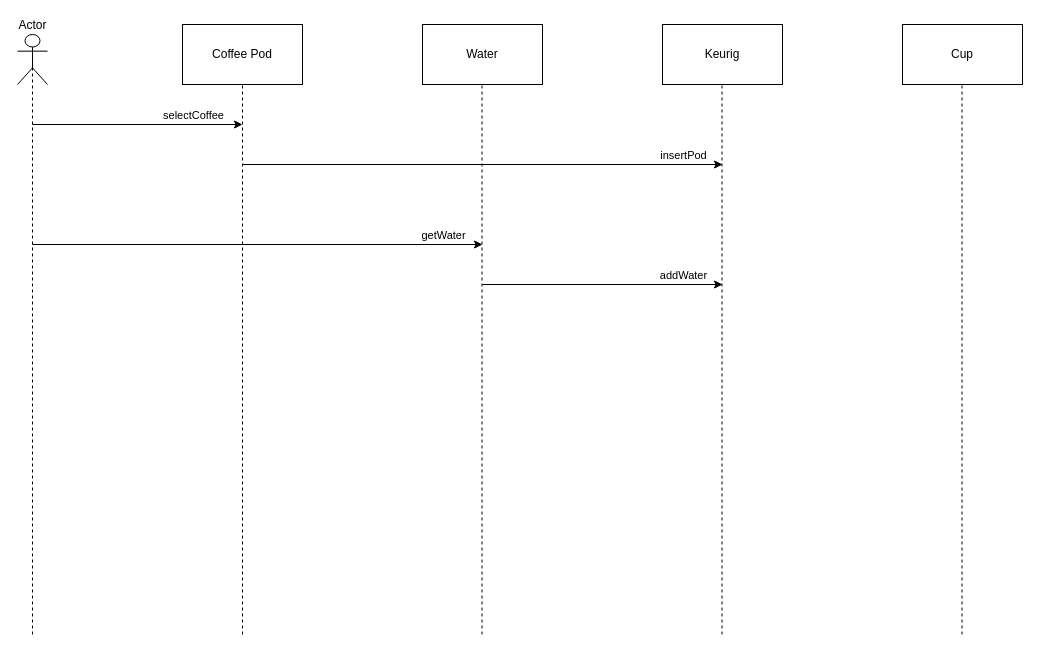
Before: page "Page-3" (3 of 3) of Untitled Diagram.drawio in APRATT97/CISC-210, a draw.io diagram. Source tidied: cells renumbered, new cells numbered last; positions are measured from the earlier drawing's top-left corner, leaving out a move shared by most shapes. Both pictures are drawn from the tidied source at 100%, with x=0, y=0 at pixel (17, 24).
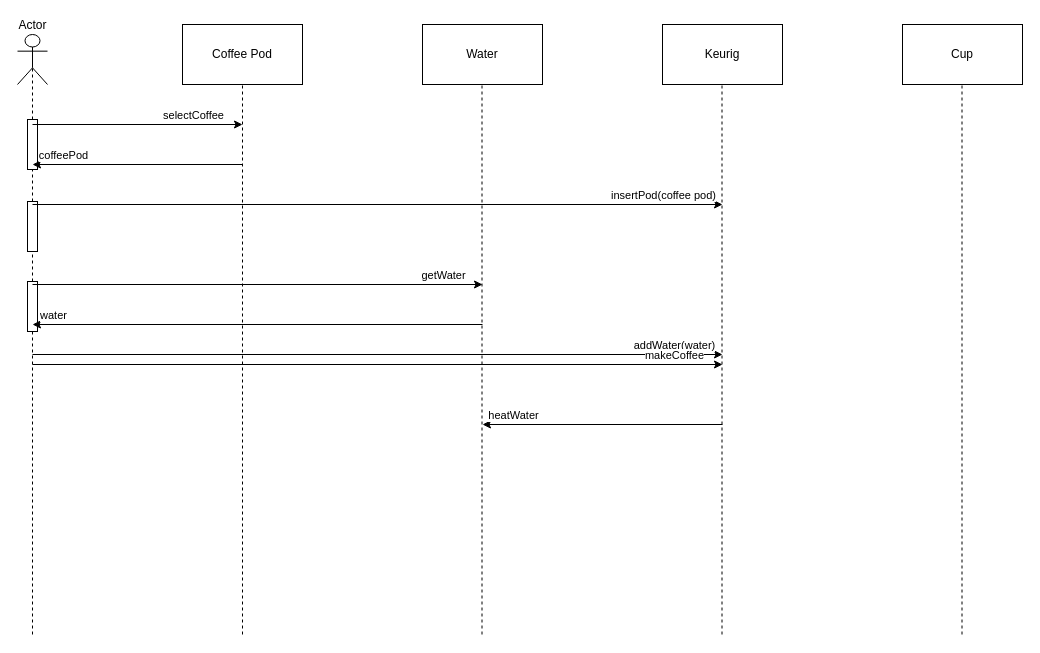
After the change.

Commit message:
Keurig Design

The edit, as a diff of the source:
```diff
@@
+    <mxCell id="20" style="rounded=0;whiteSpace=wrap;html=1;rotation=-90;" parent="1" vertex="1">
+      <mxGeometry x="-10" y="277" width="50" height="10" as="geometry" />
+    </mxCell>
@@
-    <mxCell id="7" style="endArrow=none;dashed=1;html=1;" parent="1" edge="1">
+    <mxCell id="7" style="endArrow=none;dashed=1;html=1;" parent="1" edge="1" source="27">
       <mxGeometry relative="1" as="geometry">
-        <mxPoint x="15" y="610" as="sourcePoint" />
         <mxPoint x="15" y="35" as="targetPoint" />
-        <Array as="points">
-          <mxPoint x="15" y="500" />
-        </Array>
       </mxGeometry>
     </mxCell>
@@
-    <mxCell id="12" style="endArrow=classic;html=1;" parent="1" edge="1">
-      <mxGeometry relative="1" as="geometry">
-        <mxPoint x="15" y="100" as="sourcePoint" />
-        <mxPoint x="225" y="100" as="targetPoint" />
-      </mxGeometry>
-    </mxCell>
-    <mxCell id="13" value="selectCoffee" style="edgeLabel;html=1;align=center;verticalAlign=middle;" parent="12" vertex="1">
-      <mxGeometry x="-0.15" y="-5" relative="1" as="geometry">
-        <mxPoint x="71" y="-15" as="offset" />
-      </mxGeometry>
-    </mxCell>
-    <mxCell id="14" style="endArrow=classic;html=1;" parent="1" edge="1">
-      <mxGeometry relative="1" as="geometry">
-        <mxPoint x="225" y="140" as="sourcePoint" />
-        <mxPoint x="705" y="140" as="targetPoint" />
-      </mxGeometry>
-    </mxCell>
-    <mxCell id="15" value="insertPod" style="edgeLabel;html=1;align=center;verticalAlign=middle;" parent="14" vertex="1">
-      <mxGeometry x="0.32" y="-2" relative="1" as="geometry">
-        <mxPoint x="123" y="-12" as="offset" />
-      </mxGeometry>
-    </mxCell>
     <mxCell id="16" style="endArrow=classic;html=1;" parent="1" edge="1">
       <mxGeometry relative="1" as="geometry">
-        <mxPoint x="15" y="220" as="sourcePoint" />
-        <mxPoint x="465" y="220" as="targetPoint" />
+        <mxPoint x="15" y="260" as="sourcePoint" />
+        <mxPoint x="465" y="260" as="targetPoint" />
       </mxGeometry>
     </mxCell>
@@
     <mxCell id="18" style="endArrow=classic;html=1;" parent="1" edge="1">
       <mxGeometry relative="1" as="geometry">
-        <mxPoint x="465" y="260" as="sourcePoint" />
-        <mxPoint x="705" y="260" as="targetPoint" />
+        <mxPoint x="15" y="330" as="sourcePoint" />
+        <mxPoint x="705" y="330" as="targetPoint" />
       </mxGeometry>
     </mxCell>
-    <mxCell id="19" value="addWater" style="edgeLabel;html=1;align=center;verticalAlign=middle;" parent="18" vertex="1">
+    <mxCell id="19" value="addWater(water)" style="edgeLabel;html=1;align=center;verticalAlign=middle;" parent="18" vertex="1">
       <mxGeometry x="-0.15" y="-5" relative="1" as="geometry">
-        <mxPoint x="98" y="-15" as="offset" />
+        <mxPoint x="348" y="-15" as="offset" />
       </mxGeometry>
     </mxCell>
+    <mxCell id="21" style="endArrow=classic;html=1;" parent="1" edge="1">
+      <mxGeometry relative="1" as="geometry">
+        <mxPoint x="15" y="340" as="sourcePoint" />
+        <mxPoint x="705" y="340" as="targetPoint" />
+      </mxGeometry>
+    </mxCell>
+    <mxCell id="22" value="makeCoffee" style="edgeLabel;html=1;align=center;verticalAlign=middle;" parent="21" vertex="1">
+      <mxGeometry x="-0.15" y="-5" relative="1" as="geometry">
+        <mxPoint x="348" y="-15" as="offset" />
+      </mxGeometry>
+    </mxCell>
+    <mxCell id="23" style="endArrow=classic;html=1;" parent="1" edge="1">
+      <mxGeometry relative="1" as="geometry">
+        <mxPoint x="705" y="400" as="sourcePoint" />
+        <mxPoint x="465" y="400" as="targetPoint" />
+      </mxGeometry>
+    </mxCell>
+    <mxCell id="24" value="heatWater" style="edgeLabel;html=1;align=center;verticalAlign=middle;" parent="23" vertex="1">
+      <mxGeometry x="-0.15" y="-5" relative="1" as="geometry">
+        <mxPoint x="-108" y="-5" as="offset" />
+      </mxGeometry>
+    </mxCell>
+    <mxCell id="25" style="endArrow=classic;html=1;" parent="1" edge="1">
+      <mxGeometry relative="1" as="geometry">
+        <mxPoint x="465" y="300" as="sourcePoint" />
+        <mxPoint x="15" y="300" as="targetPoint" />
+      </mxGeometry>
+    </mxCell>
+    <mxCell id="26" value="water" style="edgeLabel;html=1;align=center;verticalAlign=middle;" parent="25" vertex="1">
+      <mxGeometry x="-0.15" y="-5" relative="1" as="geometry">
+        <mxPoint x="-239" y="-5" as="offset" />
+      </mxGeometry>
+    </mxCell>
+    <mxCell id="27" style="rounded=0;whiteSpace=wrap;html=1;rotation=-90;" parent="1" vertex="1">
+      <mxGeometry x="-10" y="115" width="50" height="10" as="geometry" />
+    </mxCell>
+    <mxCell id="28" style="endArrow=none;dashed=1;html=1;" parent="1" edge="1" source="31" target="27">
+      <mxGeometry relative="1" as="geometry" />
+    </mxCell>
+    <mxCell id="29" style="endArrow=classic;html=1;" parent="1" edge="1">
+      <mxGeometry relative="1" as="geometry">
+        <mxPoint x="225" y="140" as="sourcePoint" />
+        <mxPoint x="15" y="140" as="targetPoint" />
+      </mxGeometry>
+    </mxCell>
+    <mxCell id="30" value="coffeePod" style="edgeLabel;html=1;align=center;verticalAlign=middle;" parent="29" vertex="1">
+      <mxGeometry x="-0.15" y="-5" relative="1" as="geometry">
+        <mxPoint x="-91" y="-5" as="offset" />
+      </mxGeometry>
+    </mxCell>
+    <mxCell id="12" style="endArrow=classic;html=1;" parent="1" edge="1">
+      <mxGeometry relative="1" as="geometry">
+        <mxPoint x="15" y="100" as="sourcePoint" />
+        <mxPoint x="225" y="100" as="targetPoint" />
+      </mxGeometry>
+    </mxCell>
+    <mxCell id="13" value="selectCoffee" style="edgeLabel;html=1;align=center;verticalAlign=middle;" parent="12" vertex="1">
+      <mxGeometry x="-0.15" y="-5" relative="1" as="geometry">
+        <mxPoint x="71" y="-15" as="offset" />
+      </mxGeometry>
+    </mxCell>
+    <mxCell id="31" style="rounded=0;whiteSpace=wrap;html=1;rotation=-90;" parent="1" vertex="1">
+      <mxGeometry x="-10" y="197" width="50" height="10" as="geometry" />
+    </mxCell>
+    <mxCell id="32" style="endArrow=none;dashed=1;html=1;" parent="1" edge="1" source="20" target="31">
+      <mxGeometry relative="1" as="geometry" />
+    </mxCell>
+    <mxCell id="14" style="endArrow=classic;html=1;" parent="1" edge="1">
+      <mxGeometry relative="1" as="geometry">
+        <mxPoint x="15" y="180" as="sourcePoint" />
+        <mxPoint x="705" y="180" as="targetPoint" />
+      </mxGeometry>
+    </mxCell>
+    <mxCell id="33" value="insertPod(coffee pod)" style="edgeLabel;html=1;align=center;verticalAlign=middle;" parent="14" vertex="1">
+      <mxGeometry x="0.59" y="3" relative="1" as="geometry">
+        <mxPoint x="81" y="-7" as="offset" />
+      </mxGeometry>
+    </mxCell>
+    <mxCell id="34" style="endArrow=none;dashed=1;html=1;" parent="1" edge="1" target="20">
+      <mxGeometry relative="1" as="geometry">
+        <mxPoint x="15" y="610" as="sourcePoint" />
+        <Array as="points">
+          <mxPoint x="15" y="500" />
+        </Array>
+      </mxGeometry>
+    </mxCell>
```
